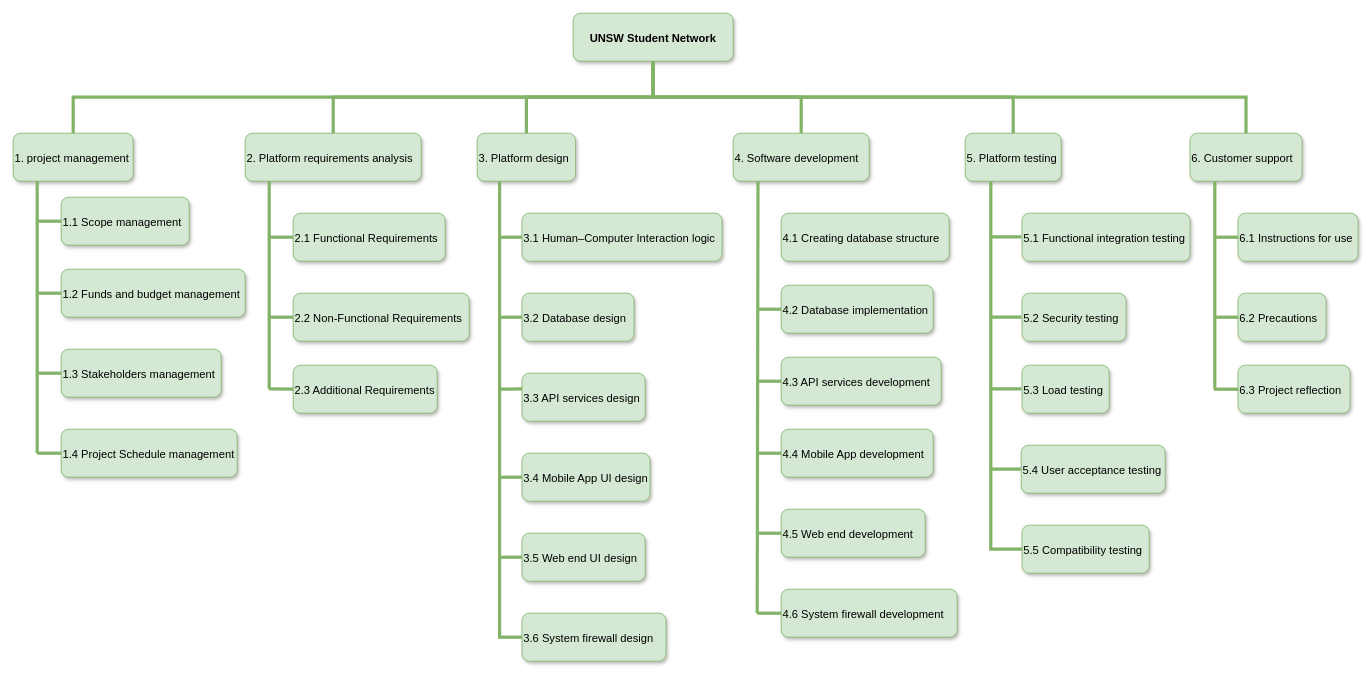
The draw.io diagram 未命名绘图.drawio in zhangnailiang/ER, before the edit. Source tidied: cells renumbered, new cells numbered last; positions are measured from the earlier drawing's top-left corner, leaving out a move shared by most shapes. Both pictures are drawn from the tidied source at 80%, with x=0, y=0 at pixel (13, 13).
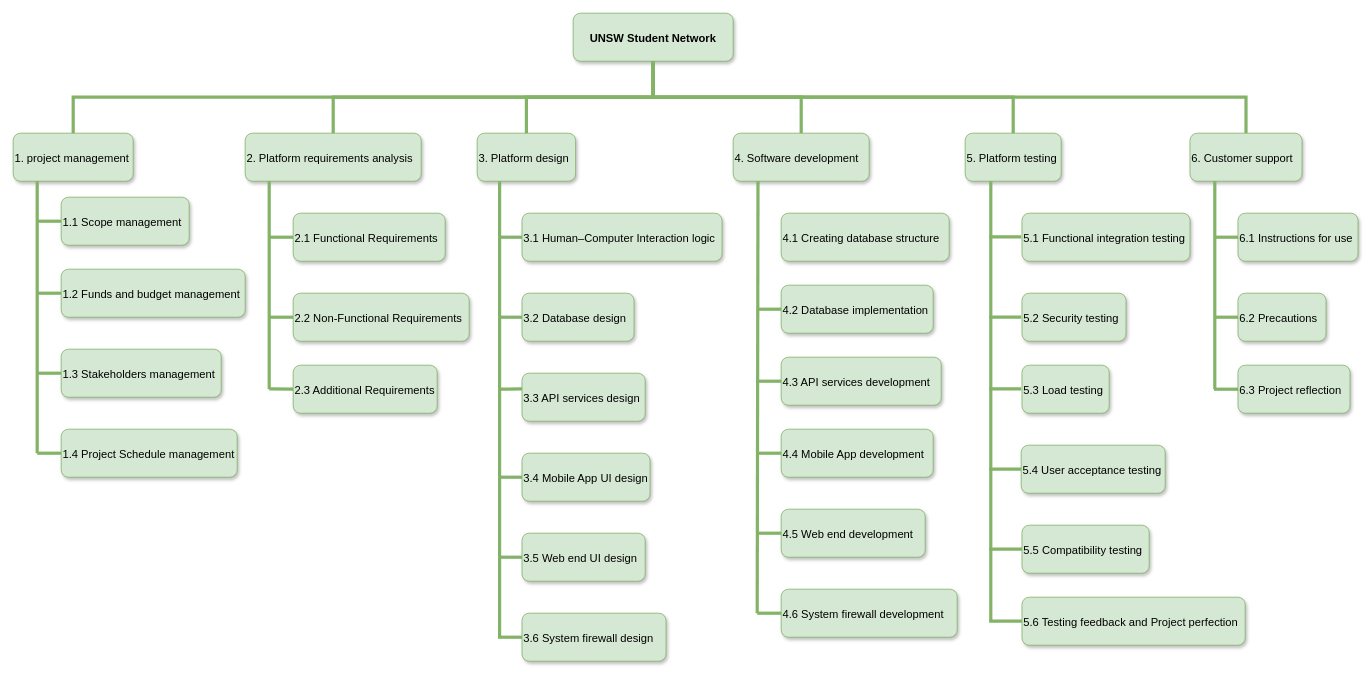
The same diagram, later.

What changed in the source:
```diff
@@
     <mxCell id="37" style="endArrow=none;html=1;rounded=1;strokeColor=#82B366;strokeWidth=4;endFill=0;exitX=0.25;exitY=1;exitDx=0;exitDy=0;fontStyle=0;align=left;" parent="1" edge="1">
       <mxGeometry relative="1" as="geometry">
         <mxPoint x="1222" y="210" as="sourcePoint" />
-        <mxPoint x="1222" y="670" as="targetPoint" />
+        <mxPoint x="1222" y="760" as="targetPoint" />
       </mxGeometry>
     </mxCell>
@@
+    <mxCell id="75" value="5.6 Testing feedback and Project perfection" style="rounded=1;fillColor=#d5e8d4;strokeColor=#82b366;shadow=1;fontStyle=0;fontSize=14;align=left;" parent="1" vertex="1">
+      <mxGeometry x="1261" y="730" width="279" height="60" as="geometry" />
+    </mxCell>
+    <mxCell id="76" style="endArrow=none;html=1;rounded=1;entryX=0;entryY=0.5;entryDx=0;entryDy=0;strokeColor=#82B366;strokeWidth=4;endFill=0;fontStyle=0;align=left;" parent="1" edge="1" target="75">
+      <mxGeometry relative="1" as="geometry">
+        <mxPoint x="1220" y="760" as="sourcePoint" />
+      </mxGeometry>
+    </mxCell>
```
